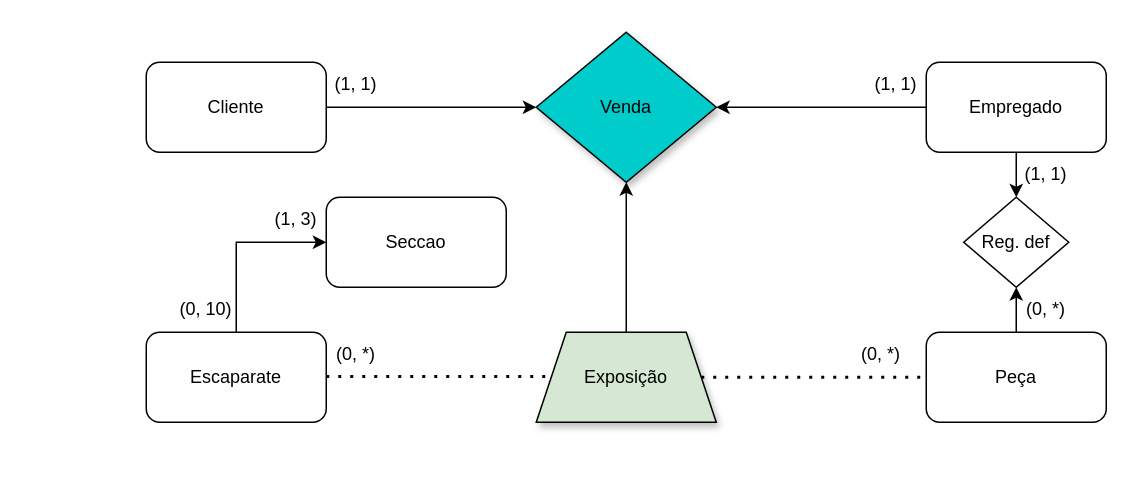
This is Diagrama sem nome.drawio from itspalhinha/bd, a draw.io file, before an edit. Source tidied: cells renumbered, new cells numbered last; positions are measured from the earlier drawing's top-left corner, leaving out a move shared by most shapes. Both pictures are drawn from the tidied source at 150%, with x=0, y=0 at pixel (146, 32).
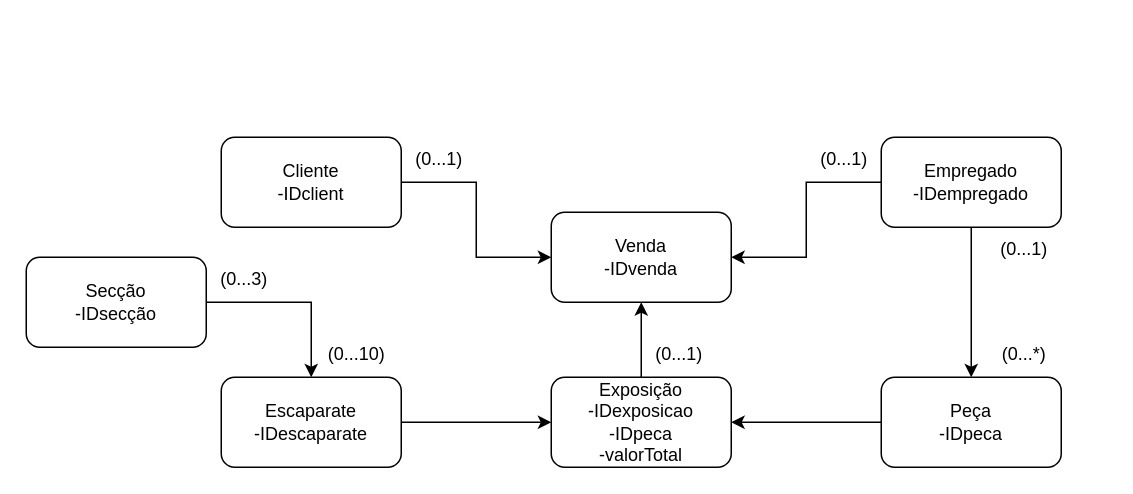
After the change.

Change to the diagram source:
```diff
@@
-    <mxCell id="2" value="Venda" style="rhombus;whiteSpace=wrap;html=1;fillColor=#00CCCC;shadow=1;" parent="1" vertex="1">
-      <mxGeometry x="260" width="120" height="100" as="geometry" />
-    </mxCell>
-    <mxCell id="3" style="edgeStyle=orthogonalEdgeStyle;rounded=0;jettySize=auto;html=1;exitX=1;exitY=0.5;exitDx=0;exitDy=0;entryX=0;entryY=0.5;entryDx=0;entryDy=0;" parent="1" edge="1" source="4" target="2">
-      <mxGeometry relative="1" as="geometry" />
-    </mxCell>
-    <mxCell id="4" value="Cliente" style="rounded=1;whiteSpace=wrap;html=1;" parent="1" vertex="1">
-      <mxGeometry y="20" width="120" height="60" as="geometry" />
-    </mxCell>
-    <mxCell id="5" style="edgeStyle=orthogonalEdgeStyle;rounded=0;jettySize=auto;html=1;exitX=0;exitY=0.5;exitDx=0;exitDy=0;" parent="1" edge="1" source="7" target="2">
-      <mxGeometry relative="1" as="geometry" />
-    </mxCell>
-    <mxCell id="6" style="edgeStyle=orthogonalEdgeStyle;rounded=0;jettySize=auto;html=1;exitX=0.5;exitY=1;exitDx=0;exitDy=0;entryX=0.5;entryY=0;entryDx=0;entryDy=0;" parent="1" edge="1" source="7" target="20">
-      <mxGeometry relative="1" as="geometry" />
-    </mxCell>
-    <mxCell id="7" value="Empregado" style="rounded=1;whiteSpace=wrap;html=1;" parent="1" vertex="1">
-      <mxGeometry x="520" y="20" width="120" height="60" as="geometry" />
-    </mxCell>
-    <mxCell id="8" style="edgeStyle=orthogonalEdgeStyle;rounded=0;jettySize=auto;html=1;exitX=0.5;exitY=0;exitDx=0;exitDy=0;entryX=0.5;entryY=1;entryDx=0;entryDy=0;" parent="1" edge="1" source="9" target="20">
-      <mxGeometry relative="1" as="geometry" />
-    </mxCell>
-    <mxCell id="9" value="Peça" style="rounded=1;whiteSpace=wrap;html=1;" parent="1" vertex="1">
-      <mxGeometry x="520" y="200" width="120" height="60" as="geometry" />
-    </mxCell>
-    <mxCell id="10" style="edgeStyle=orthogonalEdgeStyle;rounded=0;jettySize=auto;html=1;exitX=0.5;exitY=0;exitDx=0;exitDy=0;entryX=0;entryY=0.5;entryDx=0;entryDy=0;" parent="1" edge="1" source="11" target="23">
-      <mxGeometry relative="1" as="geometry" />
-    </mxCell>
-    <mxCell id="11" value="Escaparate" style="rounded=1;whiteSpace=wrap;html=1;" parent="1" vertex="1">
-      <mxGeometry y="200" width="120" height="60" as="geometry" />
-    </mxCell>
-    <mxCell id="12" style="edgeStyle=orthogonalEdgeStyle;rounded=0;jettySize=auto;html=1;exitX=0.5;exitY=0;exitDx=0;exitDy=0;" parent="1" edge="1" source="13" target="2">
-      <mxGeometry relative="1" as="geometry" />
-    </mxCell>
-    <mxCell id="13" value="Exposição" style="shape=trapezoid;perimeter=trapezoidPerimeter;whiteSpace=wrap;html=1;fixedSize=1;fillColor=#D5E8D4;shadow=1;strokeColor=#000000;" parent="1" vertex="1">
-      <mxGeometry x="260" y="200" width="120" height="60" as="geometry" />
-    </mxCell>
-    <mxCell id="14" value="(0, *)" style="text;html=1;strokeColor=none;fillColor=none;align=center;verticalAlign=middle;whiteSpace=wrap;rounded=0;" parent="1" vertex="1">
-      <mxGeometry x="110" y="200" width="60" height="30" as="geometry" />
-    </mxCell>
-    <mxCell id="15" value="(0, *)" style="text;html=1;strokeColor=none;fillColor=none;align=center;verticalAlign=middle;whiteSpace=wrap;rounded=0;" parent="1" vertex="1">
-      <mxGeometry x="460" y="200" width="60" height="30" as="geometry" />
-    </mxCell>
-    <mxCell id="16" value="(0, *)" style="text;html=1;strokeColor=none;fillColor=none;align=center;verticalAlign=middle;whiteSpace=wrap;rounded=0;" parent="1" vertex="1">
-      <mxGeometry x="570" y="170" width="60" height="30" as="geometry" />
-    </mxCell>
-    <mxCell id="17" value="(1, 1)" style="text;html=1;strokeColor=none;fillColor=none;align=center;verticalAlign=middle;whiteSpace=wrap;rounded=0;" parent="1" vertex="1">
-      <mxGeometry x="570" y="80" width="60" height="30" as="geometry" />
-    </mxCell>
-    <mxCell id="18" value="(1, 1)" style="text;html=1;strokeColor=none;fillColor=none;align=center;verticalAlign=middle;whiteSpace=wrap;rounded=0;" parent="1" vertex="1">
-      <mxGeometry x="110" y="20" width="60" height="30" as="geometry" />
-    </mxCell>
-    <mxCell id="19" value="(1, 1)" style="text;html=1;strokeColor=none;fillColor=none;align=center;verticalAlign=middle;whiteSpace=wrap;rounded=0;" parent="1" vertex="1">
-      <mxGeometry x="470" y="20" width="60" height="30" as="geometry" />
-    </mxCell>
-    <mxCell id="20" value="Reg. def" style="rhombus;whiteSpace=wrap;html=1;" parent="1" vertex="1">
-      <mxGeometry x="545" y="110" width="70" height="60" as="geometry" />
-    </mxCell>
-    <mxCell id="21" style="endArrow=none;dashed=1;html=1;dashPattern=1 3;strokeWidth=2;rounded=0;entryX=0;entryY=0.5;entryDx=0;entryDy=0;exitX=1;exitY=0.5;exitDx=0;exitDy=0;" parent="1" edge="1" source="13" target="9">
-      <mxGeometry relative="1" as="geometry" />
-    </mxCell>
-    <mxCell id="22" style="endArrow=none;dashed=1;html=1;dashPattern=1 3;strokeWidth=2;rounded=0;entryX=0;entryY=0.5;entryDx=0;entryDy=0;exitX=1;exitY=0.5;exitDx=0;exitDy=0;" parent="1" edge="1">
-      <mxGeometry relative="1" as="geometry">
-        <mxPoint x="120" y="229.5" as="sourcePoint" />
-        <mxPoint x="270" y="229.5" as="targetPoint" />
-      </mxGeometry>
-    </mxCell>
-    <mxCell id="23" value="Seccao" style="rounded=1;whiteSpace=wrap;html=1;" parent="1" vertex="1">
-      <mxGeometry x="120" y="110" width="120" height="60" as="geometry" />
-    </mxCell>
-    <mxCell id="24" value="(0, 10)" style="text;html=1;strokeColor=none;fillColor=none;align=center;verticalAlign=middle;whiteSpace=wrap;rounded=0;" parent="1" vertex="1">
-      <mxGeometry x="10" y="170" width="60" height="30" as="geometry" />
-    </mxCell>
-    <mxCell id="25" value="(1, 3)" style="text;html=1;strokeColor=none;fillColor=none;align=center;verticalAlign=middle;whiteSpace=wrap;rounded=0;" parent="1" vertex="1">
-      <mxGeometry x="70" y="110" width="60" height="30" as="geometry" />
-    </mxCell>
+    <mxCell id="26" value="Venda&lt;br&gt;-IDvenda" style="rounded=1;whiteSpace=wrap;html=1;" parent="1" vertex="1">
+      <mxGeometry x="270" y="120" width="120" height="60" as="geometry" />
+    </mxCell>
+    <mxCell id="27" style="edgeStyle=orthogonalEdgeStyle;rounded=0;jettySize=auto;html=1;exitX=1;exitY=0.5;exitDx=0;exitDy=0;" parent="1" edge="1" source="28" target="26">
+      <mxGeometry relative="1" as="geometry" />
+    </mxCell>
+    <mxCell id="28" value="Cliente&lt;br&gt;-IDclient" style="rounded=1;whiteSpace=wrap;html=1;" parent="1" vertex="1">
+      <mxGeometry x="50" y="70" width="120" height="60" as="geometry" />
+    </mxCell>
+    <mxCell id="29" style="edgeStyle=orthogonalEdgeStyle;rounded=0;jettySize=auto;html=1;exitX=0;exitY=0.5;exitDx=0;exitDy=0;entryX=1;entryY=0.5;entryDx=0;entryDy=0;" parent="1" edge="1" source="31" target="26">
+      <mxGeometry relative="1" as="geometry" />
+    </mxCell>
+    <mxCell id="30" style="edgeStyle=orthogonalEdgeStyle;rounded=0;jettySize=auto;html=1;exitX=0.5;exitY=1;exitDx=0;exitDy=0;" parent="1" edge="1" source="31" target="33">
+      <mxGeometry relative="1" as="geometry" />
+    </mxCell>
+    <mxCell id="31" value="Empregado&lt;br&gt;-IDempregado" style="rounded=1;whiteSpace=wrap;html=1;" parent="1" vertex="1">
+      <mxGeometry x="490" y="70" width="120" height="60" as="geometry" />
+    </mxCell>
+    <mxCell id="32" style="edgeStyle=orthogonalEdgeStyle;rounded=0;jettySize=auto;html=1;exitX=0;exitY=0.5;exitDx=0;exitDy=0;entryX=1;entryY=0.5;entryDx=0;entryDy=0;" parent="1" edge="1" source="33" target="35">
+      <mxGeometry relative="1" as="geometry" />
+    </mxCell>
+    <mxCell id="33" value="Peça&lt;br&gt;-IDpeca" style="rounded=1;whiteSpace=wrap;html=1;" parent="1" vertex="1">
+      <mxGeometry x="490" y="230" width="120" height="60" as="geometry" />
+    </mxCell>
+    <mxCell id="34" style="edgeStyle=orthogonalEdgeStyle;rounded=0;jettySize=auto;html=1;exitX=0.5;exitY=0;exitDx=0;exitDy=0;entryX=0.5;entryY=1;entryDx=0;entryDy=0;" parent="1" edge="1" source="35" target="26">
+      <mxGeometry relative="1" as="geometry" />
+    </mxCell>
+    <mxCell id="35" value="Exposição&lt;br&gt;-IDexposicao&lt;br&gt;-IDpeca&lt;br&gt;-valorTotal" style="rounded=1;whiteSpace=wrap;html=1;" parent="1" vertex="1">
+      <mxGeometry x="270" y="230" width="120" height="60" as="geometry" />
+    </mxCell>
+    <mxCell id="36" style="edgeStyle=orthogonalEdgeStyle;rounded=0;jettySize=auto;html=1;exitX=1;exitY=0.5;exitDx=0;exitDy=0;" parent="1" edge="1" source="37" target="35">
+      <mxGeometry relative="1" as="geometry" />
+    </mxCell>
+    <mxCell id="37" value="Escaparate&lt;br&gt;-IDescaparate" style="rounded=1;whiteSpace=wrap;html=1;" parent="1" vertex="1">
+      <mxGeometry x="50" y="230" width="120" height="60" as="geometry" />
+    </mxCell>
+    <mxCell id="38" style="edgeStyle=orthogonalEdgeStyle;rounded=0;jettySize=auto;html=1;" parent="1" edge="1" source="39" target="37">
+      <mxGeometry relative="1" as="geometry" />
+    </mxCell>
+    <mxCell id="39" value="Secção&lt;br&gt;-IDsecção" style="rounded=1;whiteSpace=wrap;html=1;" parent="1" vertex="1">
+      <mxGeometry x="-80" y="150" width="120" height="60" as="geometry" />
+    </mxCell>
+    <mxCell id="40" value="(0...1)" style="text;html=1;align=center;verticalAlign=middle;strokeColor=none;fillColor=none;" parent="1" vertex="1">
+      <mxGeometry x="330" y="200" width="50" height="30" as="geometry" />
+    </mxCell>
+    <mxCell id="41" value="(0...1)" style="text;html=1;align=center;verticalAlign=middle;strokeColor=none;fillColor=none;" parent="1" vertex="1">
+      <mxGeometry x="170" y="70" width="50" height="30" as="geometry" />
+    </mxCell>
+    <mxCell id="42" value="(0...*)" style="text;html=1;align=center;verticalAlign=middle;strokeColor=none;fillColor=none;" parent="1" vertex="1">
+      <mxGeometry x="560" y="200" width="50" height="30" as="geometry" />
+    </mxCell>
+    <mxCell id="43" value="(0...1)" style="text;html=1;align=center;verticalAlign=middle;strokeColor=none;fillColor=none;" parent="1" vertex="1">
+      <mxGeometry x="560" y="130" width="50" height="30" as="geometry" />
+    </mxCell>
+    <mxCell id="44" value="(0...10)" style="text;html=1;align=center;verticalAlign=middle;strokeColor=none;fillColor=none;" parent="1" vertex="1">
+      <mxGeometry x="110" y="200" width="60" height="30" as="geometry" />
+    </mxCell>
+    <mxCell id="45" value="(0...3)" style="text;html=1;align=center;verticalAlign=middle;strokeColor=none;fillColor=none;" parent="1" vertex="1">
+      <mxGeometry x="40" y="150" width="50" height="30" as="geometry" />
+    </mxCell>
+    <mxCell id="46" value="(0...1)" style="text;html=1;align=center;verticalAlign=middle;strokeColor=none;fillColor=none;" parent="1" vertex="1">
+      <mxGeometry x="440" y="70" width="50" height="30" as="geometry" />
+    </mxCell>
```
